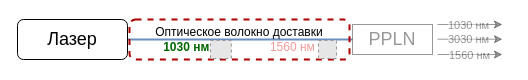
Above: Presentation/images/problem_fiber_shg.drawio in 3dsoundfromtagan/Russian-Phd-LaTeX-Dissertation-Template (draw.io), before the change. Source tidied: cells renumbered, new cells numbered last; positions are measured from the earlier drawing's top-left corner, leaving out a move shared by most shapes. Both pictures are drawn from the tidied source at 100%, with x=0, y=0 at pixel (17, 19). Pictures stored in the file or linked from it are replaced by grey dashed boxes.
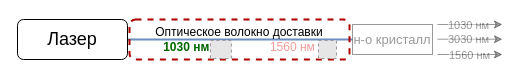
Above is the later version.

The edit, as a diff of the source:
```diff
@@
 <mxGraphModel>
   <root>
     <mxCell id="0" />
     <mxCell id="1" parent="0" />
     <mxCell id="2" style="edgeStyle=orthogonalEdgeStyle;rounded=0;jettySize=auto;html=1;exitX=1;exitY=0.5;exitDx=0;exitDy=0;entryX=0;entryY=0.5;entryDx=0;entryDy=0;fillColor=#dae8fc;strokeColor=#6c8ebf;endArrow=none;endFill=0;strokeWidth=2;" parent="1" edge="1" source="3" target="5">
       <mxGeometry relative="1" as="geometry" />
     </mxCell>
     <mxCell id="3" value="&lt;font style=&quot;font-size: 18px;&quot;&gt;Лазер&lt;/font&gt;" style="rounded=1;whiteSpace=wrap;html=1;" parent="1" vertex="1">
       <mxGeometry width="110" height="40" as="geometry" />
     </mxCell>
     <mxCell id="4" value="Оптическое волокно доставки&lt;div&gt;&lt;font style=&quot;color: rgb(0, 102, 0);&quot;&gt;&lt;b&gt;1030 нм&lt;/b&gt;&lt;span style=&quot;white-space: pre;&quot;&gt;&#9;&lt;/span&gt;&lt;span style=&quot;white-space: pre;&quot;&gt;&#9;&lt;/span&gt;&lt;/font&gt;&lt;span style=&quot;white-space: pre;&quot;&gt;&#9;&lt;/span&gt;&lt;font style=&quot;color: rgb(241, 156, 153);&quot;&gt;1560 нм&lt;/font&gt;&lt;/div&gt;" style="whiteSpace=wrap;html=1;rounded=1;dashed=1;fillColor=none;strokeColor=#AE0000;strokeWidth=2;" parent="1" vertex="1">
       <mxGeometry x="112" width="220" height="40" as="geometry" />
     </mxCell>
-    <mxCell id="5" value="&lt;font style=&quot;font-size: 18px;&quot;&gt;PPLN&lt;/font&gt;" style="rounded=0;whiteSpace=wrap;html=1;textOpacity=40;opacity=40;" parent="1" vertex="1">
+    <mxCell id="5" value="&lt;font style=&quot;font-size: 13px;&quot;&gt;н-о кристалл&lt;/font&gt;" style="rounded=0;whiteSpace=wrap;html=1;textOpacity=40;opacity=40;" parent="1" vertex="1">
       <mxGeometry x="335" y="5" width="80" height="30" as="geometry" />
     </mxCell>
     <mxCell id="6" style="endArrow=classic;html=1;rounded=0;textOpacity=40;opacity=40;" parent="1" edge="1">
       <mxGeometry relative="1" as="geometry">
         <mxPoint x="420" y="5" as="sourcePoint" />
         <mxPoint x="485" y="5" as="targetPoint" />
       </mxGeometry>
     </mxCell>
     <mxCell id="7" value="1030 нм" style="edgeLabel;html=1;align=center;verticalAlign=middle;textOpacity=40;" parent="6" vertex="1">
       <mxGeometry x="0.1" y="2" relative="1" as="geometry">
         <mxPoint x="-6" y="2" as="offset" />
       </mxGeometry>
     </mxCell>
     <mxCell id="8" style="endArrow=classic;html=1;rounded=0;textOpacity=40;opacity=40;" parent="1" edge="1">
       <mxGeometry relative="1" as="geometry">
         <mxPoint x="420" y="19.7" as="sourcePoint" />
         <mxPoint x="485" y="19.7" as="targetPoint" />
       </mxGeometry>
     </mxCell>
     <mxCell id="9" value="3030 нм" style="edgeLabel;html=1;align=center;verticalAlign=middle;textOpacity=40;" parent="8" vertex="1">
       <mxGeometry x="0.1" y="2" relative="1" as="geometry">
         <mxPoint x="-6" y="2" as="offset" />
       </mxGeometry>
     </mxCell>
     <mxCell id="10" style="endArrow=classic;html=1;rounded=0;textOpacity=40;opacity=40;" parent="1" edge="1">
       <mxGeometry relative="1" as="geometry">
         <mxPoint x="420" y="35" as="sourcePoint" />
         <mxPoint x="485" y="35" as="targetPoint" />
       </mxGeometry>
     </mxCell>
     <mxCell id="11" value="1560 нм" style="edgeLabel;html=1;align=center;verticalAlign=middle;textOpacity=40;" parent="10" vertex="1">
       <mxGeometry x="0.31" y="-1" relative="1" as="geometry">
         <mxPoint x="-12" y="-1" as="offset" />
       </mxGeometry>
     </mxCell>
     <mxCell id="12" style="fillColor=#E6E6E6;strokeColor=#999999;dashed=1;" parent="1" vertex="1">
       <mxGeometry x="193" y="21" width="20.9" height="18" as="geometry" />
     </mxCell>
     <mxCell id="13" style="fillColor=#E6E6E6;strokeColor=#999999;dashed=1;" parent="1" vertex="1">
       <mxGeometry x="301" y="21" width="18" height="18" as="geometry" />
     </mxCell>
   </root>
 </mxGraphModel>
```
